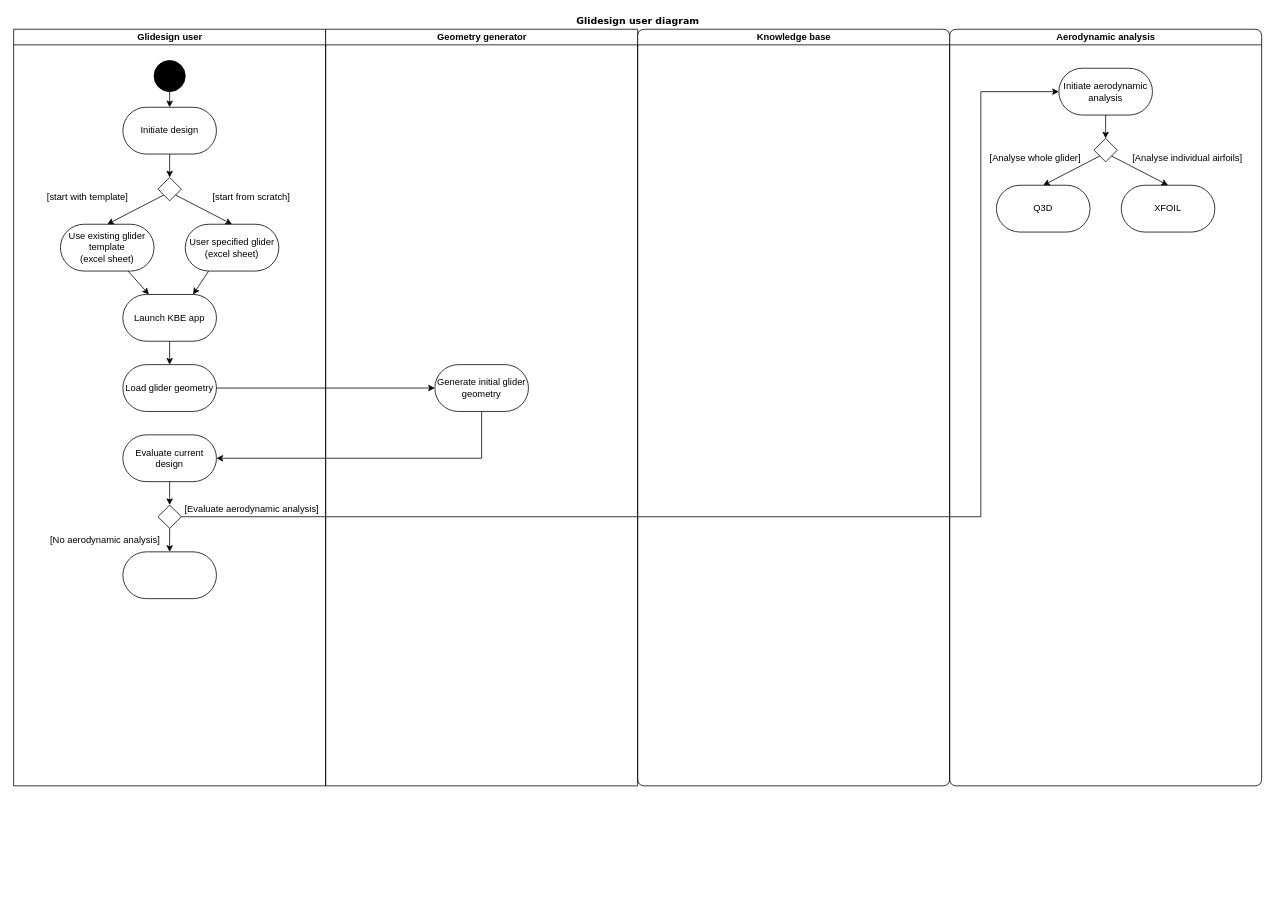
Earlier version of the draw.io diagram page "Activity_diagram_user" (2 of 3) of docs/diagrams/KBE_glidesign_UML_diagrams.drawio (TiesLeniger/AE4204-KBE-TL-NvN-2025). Source tidied: cells renumbered, new cells numbered last; positions are measured from the earlier drawing's top-left corner, leaving out a move shared by most shapes. Both pictures are drawn from the tidied source at 78%, with x=0, y=0 at pixel (13, 13).
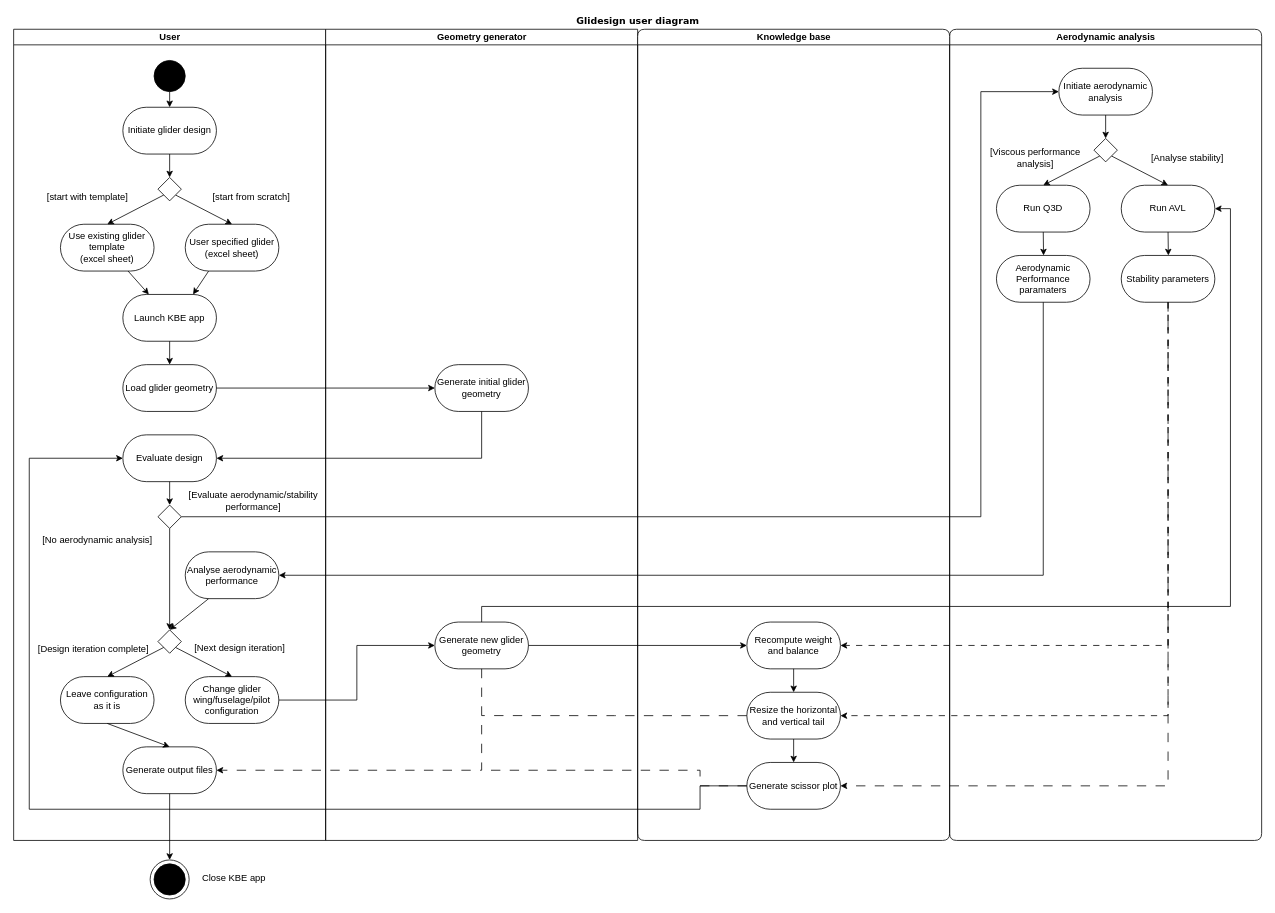
After the change.

Commit message (it also covers changes not shown here):
Water sizing attribute, and fixed the tail span (for >18m wingspan) to 3.2m.

The change refers to these unchanged cells:
```xml
<mxCell id="31" style="rhombus;whiteSpace=wrap;html=1;" parent="13" vertex="1">
  <mxGeometry x="185" y="610" width="30" height="30" as="geometry" />
</mxCell>
```

Diff of the diagram source:
```diff
@@
     <mxCell id="2" value="Glidesign user diagram" style="swimlane;html=1;startSize=20;rounded=0;shadow=0;comic=0;labelBackgroundColor=none;strokeWidth=1;fontFamily=Verdana;fontSize=12;align=center;strokeColor=none;" parent="1" vertex="1">
-      <mxGeometry width="1600" height="990" as="geometry" />
+      <mxGeometry width="1600" height="1060" as="geometry" />
     </mxCell>
-    <mxCell id="3" value="Aerodynamic analysis" style="swimlane;html=1;startSize=20;rounded=1;" parent="1" vertex="1">
-      <mxGeometry x="1200" y="20" width="400" height="970" as="geometry" />
-    </mxCell>
-    <mxCell id="4" value="Initiate aerodynamic analysis" style="rounded=1;whiteSpace=wrap;html=1;fillColor=none;gradientColor=none;strokeColor=default;arcSize=50;" parent="3" vertex="1">
-      <mxGeometry x="140" y="50" width="120" height="60" as="geometry" />
-    </mxCell>
-    <mxCell id="5" style="edgeStyle=orthogonalEdgeStyle;rounded=0;jettySize=auto;html=1;" parent="3" edge="1" source="4">
-      <mxGeometry relative="1" as="geometry">
-        <mxPoint x="200" y="140" as="targetPoint" />
-      </mxGeometry>
-    </mxCell>
-    <mxCell id="6" value="Q3D" style="rounded=1;whiteSpace=wrap;html=1;fillColor=none;gradientColor=none;strokeColor=default;arcSize=50;" parent="3" vertex="1">
-      <mxGeometry x="60" y="200" width="120" height="60" as="geometry" />
-    </mxCell>
-    <mxCell id="7" value="XFOIL" style="rounded=1;whiteSpace=wrap;html=1;fillColor=none;gradientColor=none;strokeColor=default;arcSize=50;" parent="3" vertex="1">
-      <mxGeometry x="220" y="200" width="120" height="60" as="geometry" />
-    </mxCell>
-    <mxCell id="8" style="rounded=0;jettySize=auto;html=1;exitX=0;exitY=1;exitDx=0;exitDy=0;entryX=0.5;entryY=0;entryDx=0;entryDy=0;" parent="3" edge="1" source="10" target="6">
-      <mxGeometry relative="1" as="geometry" />
-    </mxCell>
-    <mxCell id="9" style="rounded=0;jettySize=auto;html=1;exitX=1;exitY=1;exitDx=0;exitDy=0;entryX=0.5;entryY=0;entryDx=0;entryDy=0;" parent="3" edge="1" source="10" target="7">
-      <mxGeometry relative="1" as="geometry" />
-    </mxCell>
-    <mxCell id="10" style="rhombus;whiteSpace=wrap;html=1;" parent="3" vertex="1">
-      <mxGeometry x="185" y="140" width="30" height="30" as="geometry" />
-    </mxCell>
-    <mxCell id="11" value="[Analyse whole glider]" style="text;html=1;align=center;verticalAlign=middle;whiteSpace=wrap;rounded=0;" parent="3" vertex="1">
-      <mxGeometry x="50" y="150" width="120" height="30" as="geometry" />
-    </mxCell>
-    <mxCell id="12" value="[Analyse individual airfoils]" style="text;html=1;align=center;verticalAlign=middle;whiteSpace=wrap;rounded=0;" parent="3" vertex="1">
-      <mxGeometry x="230" y="150" width="150" height="30" as="geometry" />
-    </mxCell>
-    <mxCell id="13" value="Glidesign user" style="swimlane;html=1;startSize=20;" parent="1" vertex="1">
-      <mxGeometry y="20" width="400" height="970" as="geometry" />
+    <mxCell id="13" value="User" style="swimlane;html=1;startSize=20;" parent="2" vertex="1">
+      <mxGeometry y="20" width="400" height="1040" as="geometry" />
     </mxCell>
@@
-    <mxCell id="17" value="Initiate design" style="rounded=1;whiteSpace=wrap;html=1;fillColor=none;gradientColor=none;strokeColor=default;arcSize=50;" parent="13" vertex="1">
+    <mxCell id="17" value="Initiate glider design" style="rounded=1;whiteSpace=wrap;html=1;fillColor=none;gradientColor=none;strokeColor=default;arcSize=50;" parent="13" vertex="1">
       <mxGeometry x="140" y="100" width="120" height="60" as="geometry" />
     </mxCell>
@@
-    <mxCell id="29" value="Evaluate current design" style="rounded=1;whiteSpace=wrap;html=1;fillColor=none;gradientColor=none;strokeColor=default;arcSize=50;" parent="13" vertex="1">
+    <mxCell id="29" value="Evaluate design" style="rounded=1;whiteSpace=wrap;html=1;fillColor=none;gradientColor=none;strokeColor=default;arcSize=50;" parent="13" vertex="1">
       <mxGeometry x="140" y="520" width="120" height="60" as="geometry" />
     </mxCell>
-    <mxCell id="30" style="edgeStyle=orthogonalEdgeStyle;rounded=0;jettySize=auto;html=1;exitX=0.5;exitY=1;exitDx=0;exitDy=0;entryX=0.5;entryY=0;entryDx=0;entryDy=0;" parent="13" edge="1" source="31" target="32">
+    <mxCell id="30" style="rounded=0;jettySize=auto;html=1;exitX=0.5;exitY=1;exitDx=0;exitDy=0;entryX=0.5;entryY=0;entryDx=0;entryDy=0;" parent="13" edge="1" source="31" target="48">
       <mxGeometry relative="1" as="geometry" />
     </mxCell>
@@
-    <mxCell id="32" style="rounded=1;whiteSpace=wrap;html=1;fillColor=none;gradientColor=none;strokeColor=default;arcSize=50;" parent="13" vertex="1">
-      <mxGeometry x="140" y="670" width="120" height="60" as="geometry" />
-    </mxCell>
@@
-    <mxCell id="38" value="[Evaluate aerodynamic analysis]" style="text;html=1;align=center;verticalAlign=middle;whiteSpace=wrap;rounded=0;" parent="13" vertex="1">
-      <mxGeometry x="217.5" y="600" width="175" height="30" as="geometry" />
+    <mxCell id="38" value="[Evaluate aerodynamic/stability performance]" style="text;html=1;align=center;verticalAlign=middle;whiteSpace=wrap;rounded=0;" parent="13" vertex="1">
+      <mxGeometry x="220" y="590" width="175" height="30" as="geometry" />
     </mxCell>
     <mxCell id="39" value="[No aerodynamic analysis]" style="text;html=1;align=center;verticalAlign=middle;whiteSpace=wrap;rounded=0;" parent="13" vertex="1">
-      <mxGeometry x="40" y="640" width="155" height="30" as="geometry" />
+      <mxGeometry x="30" y="640" width="155" height="30" as="geometry" />
     </mxCell>
+    <mxCell id="43" style="rounded=0;jettySize=auto;html=1;exitX=0.5;exitY=1;exitDx=0;exitDy=0;entryX=0.5;entryY=0;entryDx=0;entryDy=0;" parent="13" edge="1" target="48">
+      <mxGeometry relative="1" as="geometry">
+        <mxPoint x="250" y="730" as="sourcePoint" />
+      </mxGeometry>
+    </mxCell>
+    <mxCell id="44" value="Analyse aerodynamic performance" style="rounded=1;whiteSpace=wrap;html=1;fillColor=none;gradientColor=none;strokeColor=default;arcSize=50;" parent="13" vertex="1">
+      <mxGeometry x="220" y="670" width="120" height="60" as="geometry" />
+    </mxCell>
+    <mxCell id="45" value="Change glider wing/fuselage/pilot configuration" style="rounded=1;whiteSpace=wrap;html=1;fillColor=none;gradientColor=none;strokeColor=default;arcSize=50;" parent="13" vertex="1">
+      <mxGeometry x="220" y="830" width="120" height="60" as="geometry" />
+    </mxCell>
+    <mxCell id="46" style="rounded=0;jettySize=auto;html=1;exitX=1;exitY=1;exitDx=0;exitDy=0;entryX=0.5;entryY=0;entryDx=0;entryDy=0;" parent="13" edge="1" source="48" target="45">
+      <mxGeometry relative="1" as="geometry" />
+    </mxCell>
+    <mxCell id="47" style="rounded=0;jettySize=auto;html=1;exitX=0;exitY=1;exitDx=0;exitDy=0;entryX=0.5;entryY=0;entryDx=0;entryDy=0;" parent="13" edge="1" source="48" target="50">
+      <mxGeometry relative="1" as="geometry" />
+    </mxCell>
+    <mxCell id="48" style="rhombus;whiteSpace=wrap;html=1;" parent="13" vertex="1">
+      <mxGeometry x="185" y="770" width="30" height="30" as="geometry" />
+    </mxCell>
+    <mxCell id="49" style="rounded=0;jettySize=auto;html=1;exitX=0.5;exitY=1;exitDx=0;exitDy=0;entryX=0.5;entryY=0;entryDx=0;entryDy=0;" parent="13" edge="1" source="50" target="53">
+      <mxGeometry relative="1" as="geometry" />
+    </mxCell>
+    <mxCell id="50" value="Leave configuration as it is" style="rounded=1;whiteSpace=wrap;html=1;fillColor=none;gradientColor=none;strokeColor=default;arcSize=50;" parent="13" vertex="1">
+      <mxGeometry x="60" y="830" width="120" height="60" as="geometry" />
+    </mxCell>
+    <mxCell id="51" value="[Design iteration complete]" style="text;html=1;align=center;verticalAlign=middle;whiteSpace=wrap;rounded=0;" parent="13" vertex="1">
+      <mxGeometry x="25" y="780" width="155" height="30" as="geometry" />
+    </mxCell>
+    <mxCell id="52" value="[Next design iteration]" style="text;whiteSpace=wrap;html=1;" parent="13" vertex="1">
+      <mxGeometry x="230" y="780" width="180" height="40" as="geometry" />
+    </mxCell>
+    <mxCell id="53" value="Generate output files" style="rounded=1;whiteSpace=wrap;html=1;fillColor=none;gradientColor=none;strokeColor=default;arcSize=50;" parent="13" vertex="1">
+      <mxGeometry x="140" y="920" width="120" height="60" as="geometry" />
+    </mxCell>
+    <mxCell id="3" value="Aerodynamic analysis" style="swimlane;html=1;startSize=20;rounded=1;" parent="1" vertex="1">
+      <mxGeometry x="1200" y="20" width="400" height="1040" as="geometry" />
+    </mxCell>
+    <mxCell id="4" value="Initiate aerodynamic analysis" style="rounded=1;whiteSpace=wrap;html=1;fillColor=none;gradientColor=none;strokeColor=default;arcSize=50;" parent="3" vertex="1">
+      <mxGeometry x="140" y="50" width="120" height="60" as="geometry" />
+    </mxCell>
+    <mxCell id="5" style="edgeStyle=orthogonalEdgeStyle;rounded=0;jettySize=auto;html=1;" parent="3" edge="1" source="4">
+      <mxGeometry relative="1" as="geometry">
+        <mxPoint x="200" y="140" as="targetPoint" />
+      </mxGeometry>
+    </mxCell>
+    <mxCell id="54" style="edgeStyle=orthogonalEdgeStyle;rounded=0;jettySize=auto;html=1;exitX=0.5;exitY=1;exitDx=0;exitDy=0;" parent="3" edge="1" source="6">
+      <mxGeometry relative="1" as="geometry">
+        <mxPoint x="120.4" y="290" as="targetPoint" />
+      </mxGeometry>
+    </mxCell>
+    <mxCell id="6" value="Run Q3D" style="rounded=1;whiteSpace=wrap;html=1;fillColor=none;gradientColor=none;strokeColor=default;arcSize=50;" parent="3" vertex="1">
+      <mxGeometry x="60" y="200" width="120" height="60" as="geometry" />
+    </mxCell>
+    <mxCell id="55" style="edgeStyle=orthogonalEdgeStyle;rounded=0;jettySize=auto;html=1;exitX=0.5;exitY=1;exitDx=0;exitDy=0;" parent="3" edge="1" source="7">
+      <mxGeometry relative="1" as="geometry">
+        <mxPoint x="280.4" y="290" as="targetPoint" />
+      </mxGeometry>
+    </mxCell>
+    <mxCell id="7" value="Run AVL" style="rounded=1;whiteSpace=wrap;html=1;fillColor=none;gradientColor=none;strokeColor=default;arcSize=50;" parent="3" vertex="1">
+      <mxGeometry x="220" y="200" width="120" height="60" as="geometry" />
+    </mxCell>
+    <mxCell id="8" style="rounded=0;jettySize=auto;html=1;exitX=0;exitY=1;exitDx=0;exitDy=0;entryX=0.5;entryY=0;entryDx=0;entryDy=0;" parent="3" edge="1" source="10" target="6">
+      <mxGeometry relative="1" as="geometry" />
+    </mxCell>
+    <mxCell id="9" style="rounded=0;jettySize=auto;html=1;exitX=1;exitY=1;exitDx=0;exitDy=0;entryX=0.5;entryY=0;entryDx=0;entryDy=0;" parent="3" edge="1" source="10" target="7">
+      <mxGeometry relative="1" as="geometry" />
+    </mxCell>
+    <mxCell id="10" style="rhombus;whiteSpace=wrap;html=1;" parent="3" vertex="1">
+      <mxGeometry x="185" y="140" width="30" height="30" as="geometry" />
+    </mxCell>
+    <mxCell id="11" value="[Viscous performance analysis]" style="text;html=1;align=center;verticalAlign=middle;whiteSpace=wrap;rounded=0;" parent="3" vertex="1">
+      <mxGeometry x="50" y="150" width="120" height="30" as="geometry" />
+    </mxCell>
+    <mxCell id="12" value="[Analyse stability]" style="text;html=1;align=center;verticalAlign=middle;whiteSpace=wrap;rounded=0;" parent="3" vertex="1">
+      <mxGeometry x="230" y="150" width="150" height="30" as="geometry" />
+    </mxCell>
+    <mxCell id="56" value="Aerodynamic Performance paramaters" style="rounded=1;whiteSpace=wrap;html=1;fillColor=none;gradientColor=none;strokeColor=default;arcSize=50;" parent="3" vertex="1">
+      <mxGeometry x="60" y="290" width="120" height="60" as="geometry" />
+    </mxCell>
+    <mxCell id="57" value="Stability parameters" style="rounded=1;whiteSpace=wrap;html=1;fillColor=none;gradientColor=none;strokeColor=default;arcSize=50;" parent="3" vertex="1">
+      <mxGeometry x="220" y="290" width="120" height="60" as="geometry" />
+    </mxCell>
     <mxCell id="40" value="Geometry generator" style="swimlane;html=1;startSize=20;" parent="1" vertex="1">
-      <mxGeometry x="400" y="20" width="400" height="970" as="geometry" />
+      <mxGeometry x="400" y="20" width="400" height="1040" as="geometry" />
     </mxCell>
+    <mxCell id="58" value="Generate new glider geometry" style="rounded=1;whiteSpace=wrap;html=1;fillColor=none;gradientColor=none;strokeColor=default;arcSize=50;" parent="40" vertex="1">
+      <mxGeometry x="140" y="760" width="120" height="60" as="geometry" />
+    </mxCell>
     <mxCell id="41" value="Knowledge base" style="swimlane;html=1;startSize=20;rounded=1;" parent="1" vertex="1">
-      <mxGeometry x="800" y="20" width="400" height="970" as="geometry" />
+      <mxGeometry x="800" y="20" width="400" height="1040" as="geometry" />
     </mxCell>
+    <mxCell id="59" style="edgeStyle=orthogonalEdgeStyle;rounded=0;jettySize=auto;html=1;exitX=0.5;exitY=1;exitDx=0;exitDy=0;entryX=0.5;entryY=0;entryDx=0;entryDy=0;" parent="41" edge="1" source="60" target="64">
+      <mxGeometry relative="1" as="geometry" />
+    </mxCell>
+    <mxCell id="60" value="Recompute weight and balance" style="rounded=1;whiteSpace=wrap;html=1;fillColor=none;gradientColor=none;strokeColor=default;arcSize=50;" parent="41" vertex="1">
+      <mxGeometry x="140" y="760" width="120" height="60" as="geometry" />
+    </mxCell>
+    <mxCell id="61" value="Generate scissor plot" style="rounded=1;whiteSpace=wrap;html=1;fillColor=none;gradientColor=none;strokeColor=default;arcSize=50;" parent="41" vertex="1">
+      <mxGeometry x="140" y="940" width="120" height="60" as="geometry" />
+    </mxCell>
+    <mxCell id="62" style="edgeStyle=orthogonalEdgeStyle;rounded=0;jettySize=auto;html=1;exitX=0.5;exitY=1;exitDx=0;exitDy=0;entryX=0.5;entryY=0;entryDx=0;entryDy=0;" parent="41" edge="1" source="64" target="61">
+      <mxGeometry relative="1" as="geometry" />
+    </mxCell>
+    <mxCell id="63" style="edgeStyle=orthogonalEdgeStyle;rounded=0;jettySize=auto;html=1;exitX=0;exitY=0.5;exitDx=0;exitDy=0;endArrow=none;startFill=0;dashed=1;dashPattern=12 12;" parent="41" edge="1" source="64">
+      <mxGeometry relative="1" as="geometry">
+        <mxPoint x="-200" y="879.9" as="targetPoint" />
+      </mxGeometry>
+    </mxCell>
+    <mxCell id="64" value="Resize the horizontal and vertical tail" style="rounded=1;whiteSpace=wrap;html=1;fillColor=none;gradientColor=none;strokeColor=default;arcSize=50;" parent="41" vertex="1">
+      <mxGeometry x="140" y="850" width="120" height="60" as="geometry" />
+    </mxCell>
@@
+    <mxCell id="65" style="edgeStyle=orthogonalEdgeStyle;rounded=0;jettySize=auto;html=1;exitX=0.5;exitY=1;exitDx=0;exitDy=0;entryX=1;entryY=0.5;entryDx=0;entryDy=0;" parent="1" edge="1" source="56" target="44">
+      <mxGeometry relative="1" as="geometry" />
+    </mxCell>
+    <mxCell id="66" style="edgeStyle=orthogonalEdgeStyle;rounded=0;jettySize=auto;html=1;entryX=0;entryY=0.5;entryDx=0;entryDy=0;exitX=1;exitY=0.5;exitDx=0;exitDy=0;" parent="1" edge="1" source="45" target="58">
+      <mxGeometry relative="1" as="geometry" />
+    </mxCell>
+    <mxCell id="67" style="edgeStyle=orthogonalEdgeStyle;rounded=0;jettySize=auto;html=1;exitX=1;exitY=0.5;exitDx=0;exitDy=0;entryX=0;entryY=0.5;entryDx=0;entryDy=0;" parent="1" edge="1" source="58" target="60">
+      <mxGeometry relative="1" as="geometry" />
+    </mxCell>
+    <mxCell id="68" style="edgeStyle=orthogonalEdgeStyle;rounded=0;jettySize=auto;html=1;exitX=0.5;exitY=0;exitDx=0;exitDy=0;entryX=1;entryY=0.5;entryDx=0;entryDy=0;" parent="1" edge="1" source="58" target="7">
+      <mxGeometry relative="1" as="geometry">
+        <Array as="points">
+          <mxPoint x="600" y="760" />
+          <mxPoint x="1560" y="760" />
+          <mxPoint x="1560" y="250" />
+        </Array>
+      </mxGeometry>
+    </mxCell>
+    <mxCell id="69" style="edgeStyle=orthogonalEdgeStyle;rounded=0;jettySize=auto;html=1;exitX=0.5;exitY=1;exitDx=0;exitDy=0;entryX=1;entryY=0.5;entryDx=0;entryDy=0;dashed=1;dashPattern=8 8;" parent="1" edge="1" source="57" target="64">
+      <mxGeometry relative="1" as="geometry" />
+    </mxCell>
+    <mxCell id="70" style="edgeStyle=orthogonalEdgeStyle;rounded=0;jettySize=auto;html=1;exitX=0.5;exitY=1;exitDx=0;exitDy=0;entryX=1;entryY=0.5;entryDx=0;entryDy=0;dashed=1;dashPattern=12 12;" parent="1" edge="1" source="57" target="61">
+      <mxGeometry relative="1" as="geometry" />
+    </mxCell>
+    <mxCell id="71" style="edgeStyle=orthogonalEdgeStyle;rounded=0;jettySize=auto;html=1;exitX=0;exitY=0.5;exitDx=0;exitDy=0;entryX=0;entryY=0.5;entryDx=0;entryDy=0;" parent="1" edge="1" source="61" target="29">
+      <mxGeometry relative="1" as="geometry">
+        <Array as="points">
+          <mxPoint x="880" y="990" />
+          <mxPoint x="880" y="1020" />
+          <mxPoint x="20" y="1020" />
+          <mxPoint x="20" y="570" />
+        </Array>
+      </mxGeometry>
+    </mxCell>
+    <mxCell id="72" style="group;" parent="1" vertex="1">
+      <mxGeometry x="175" y="1085" width="50" height="50" as="geometry" />
+    </mxCell>
+    <mxCell id="73" style="ellipse;whiteSpace=wrap;html=1;rounded=0;shadow=0;comic=0;labelBackgroundColor=none;strokeWidth=1;fillColor=#000000;fontFamily=Verdana;fontSize=12;align=center;" parent="72" vertex="1">
+      <mxGeometry x="5" y="5" width="40" height="40" as="geometry" />
+    </mxCell>
+    <mxCell id="74" style="ellipse;whiteSpace=wrap;html=1;fillColor=none;" parent="72" vertex="1">
+      <mxGeometry width="50" height="50" as="geometry" />
+    </mxCell>
+    <mxCell id="75" style="edgeStyle=orthogonalEdgeStyle;rounded=0;jettySize=auto;html=1;exitX=0.5;exitY=1;exitDx=0;exitDy=0;entryX=0.5;entryY=0;entryDx=0;entryDy=0;" parent="1" edge="1" source="53" target="74">
+      <mxGeometry relative="1" as="geometry" />
+    </mxCell>
+    <mxCell id="76" style="edgeStyle=orthogonalEdgeStyle;rounded=0;jettySize=auto;html=1;exitX=0;exitY=0.5;exitDx=0;exitDy=0;dashed=1;dashPattern=12 12;endArrow=none;startFill=0;" parent="1" edge="1" source="61">
+      <mxGeometry relative="1" as="geometry">
+        <mxPoint x="600" y="970" as="targetPoint" />
+        <Array as="points">
+          <mxPoint x="880" y="990" />
+          <mxPoint x="880" y="970" />
+        </Array>
+      </mxGeometry>
+    </mxCell>
+    <mxCell id="77" style="edgeStyle=orthogonalEdgeStyle;rounded=0;jettySize=auto;html=1;exitX=0.5;exitY=1;exitDx=0;exitDy=0;entryX=1;entryY=0.5;entryDx=0;entryDy=0;dashed=1;dashPattern=12 12;" parent="1" edge="1" source="58" target="53">
+      <mxGeometry relative="1" as="geometry" />
+    </mxCell>
+    <mxCell id="78" value="&lt;span style=&quot;color: rgb(0, 0, 0); font-family: Helvetica; font-size: 12px; font-style: normal; font-variant-ligatures: normal; font-variant-caps: normal; font-weight: 400; letter-spacing: normal; orphans: 2; text-align: left; text-indent: 0px; text-transform: none; widows: 2; word-spacing: 0px; -webkit-text-stroke-width: 0px; white-space: normal; text-decoration-thickness: initial; text-decoration-style: initial; text-decoration-color: initial; float: none; display: inline !important;&quot;&gt;Close KBE app&lt;/span&gt;" style="text;whiteSpace=wrap;html=1;" parent="1" vertex="1">
+      <mxGeometry x="240" y="1095" width="150" height="40" as="geometry" />
+    </mxCell>
+    <mxCell id="79" style="edgeStyle=orthogonalEdgeStyle;rounded=0;jettySize=auto;html=1;exitX=0.5;exitY=1;exitDx=0;exitDy=0;entryX=1;entryY=0.5;entryDx=0;entryDy=0;dashed=1;dashPattern=8 8;" parent="1" edge="1" source="57" target="60">
+      <mxGeometry relative="1" as="geometry" />
+    </mxCell>
```
